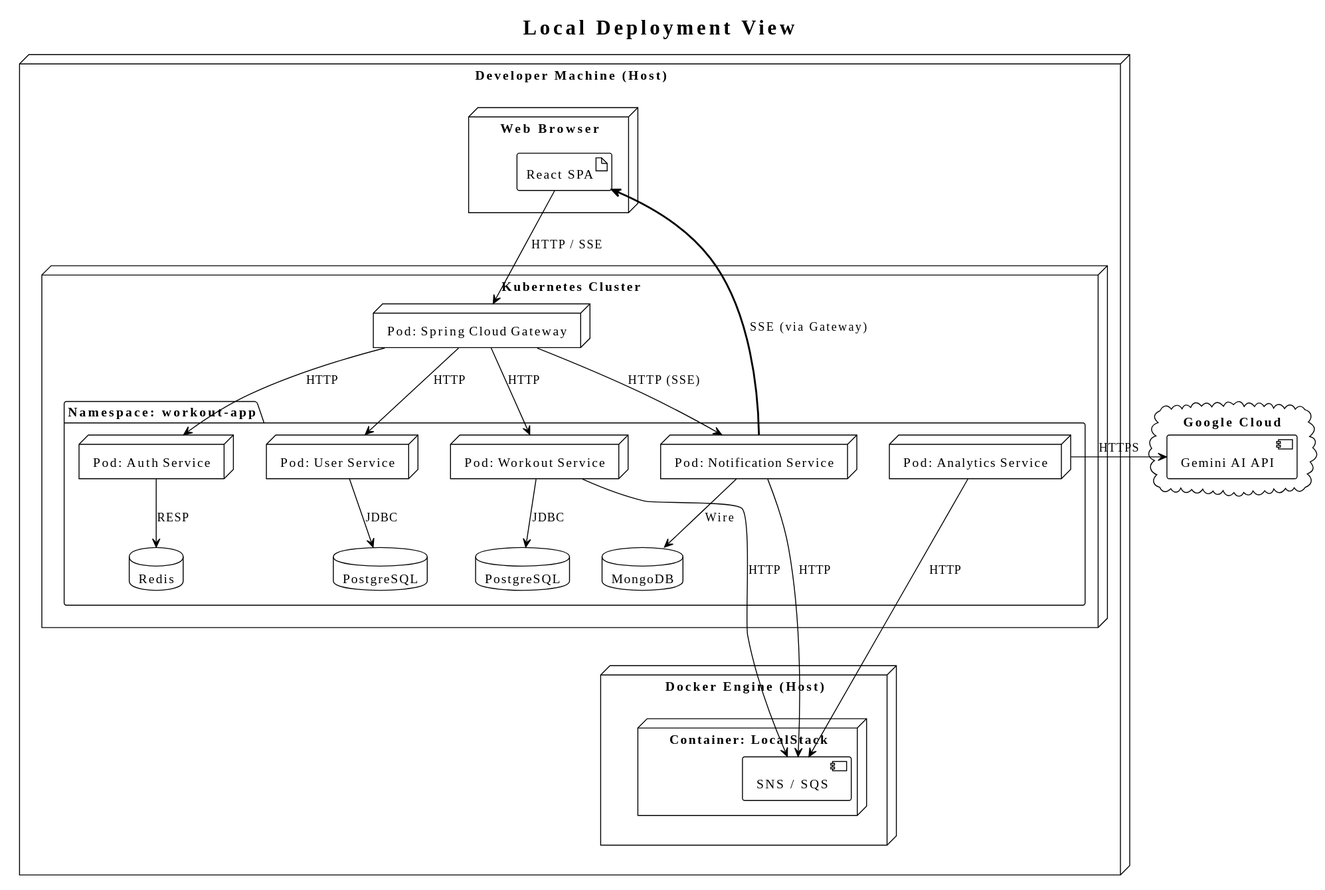
Earlier version of the PlantUML export docs/images/out/deployment.svg (apratt3377/fitness-tracker-architecture-diagram).
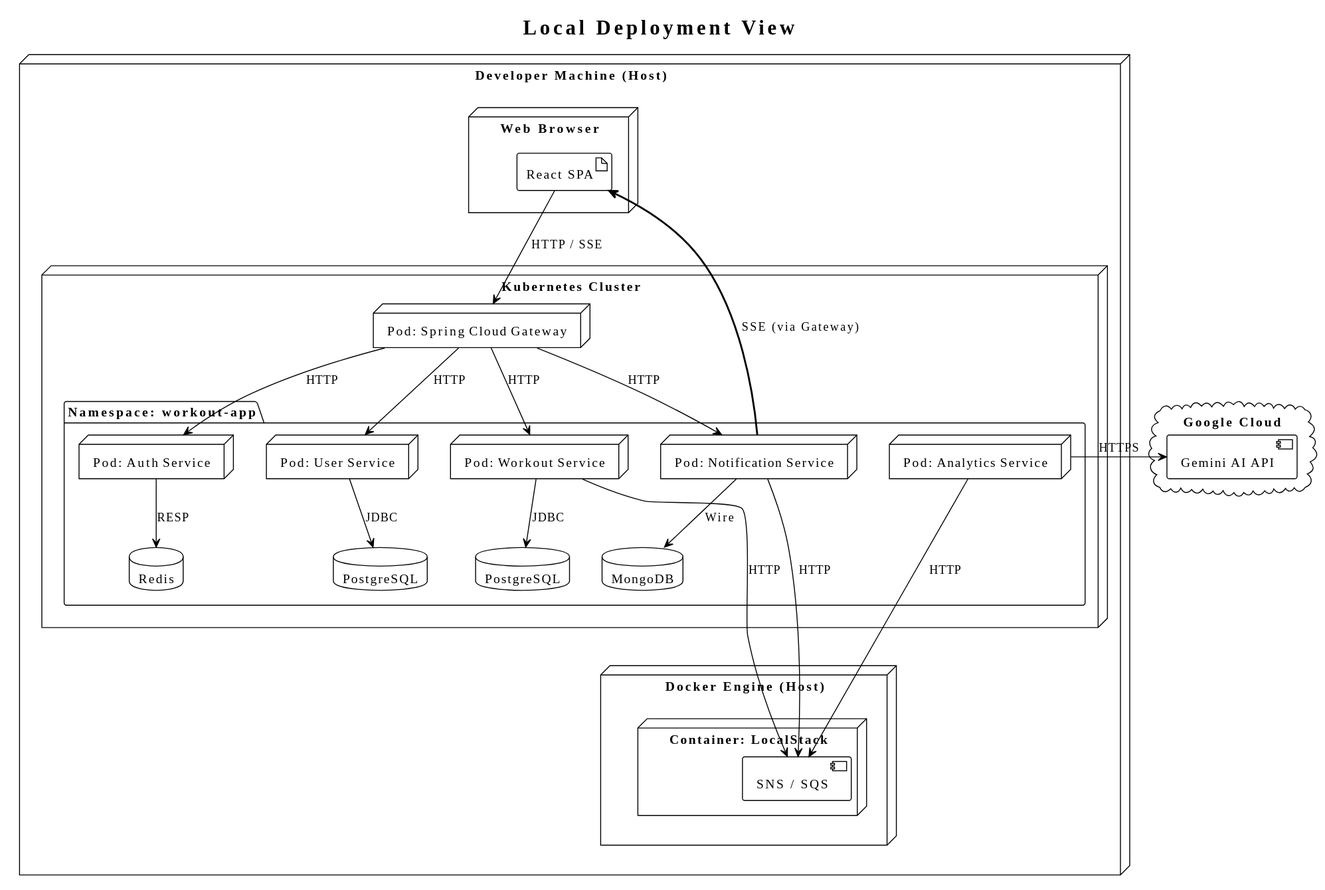
Later version of the same file.

What changed in the source:
```diff
@@ -48,7 +48,7 @@
 p_gateway -down-> p_us : HTTP
 p_gateway -down-> p_auth : HTTP
 p_gateway -down-> p_ws : HTTP
-p_gateway -down-> p_ns : HTTP (SSE)
+p_gateway -down-> p_ns : HTTP
 
 p_us -down-> db_us : JDBC
 p_auth -down-> db_auth : RESP
```
